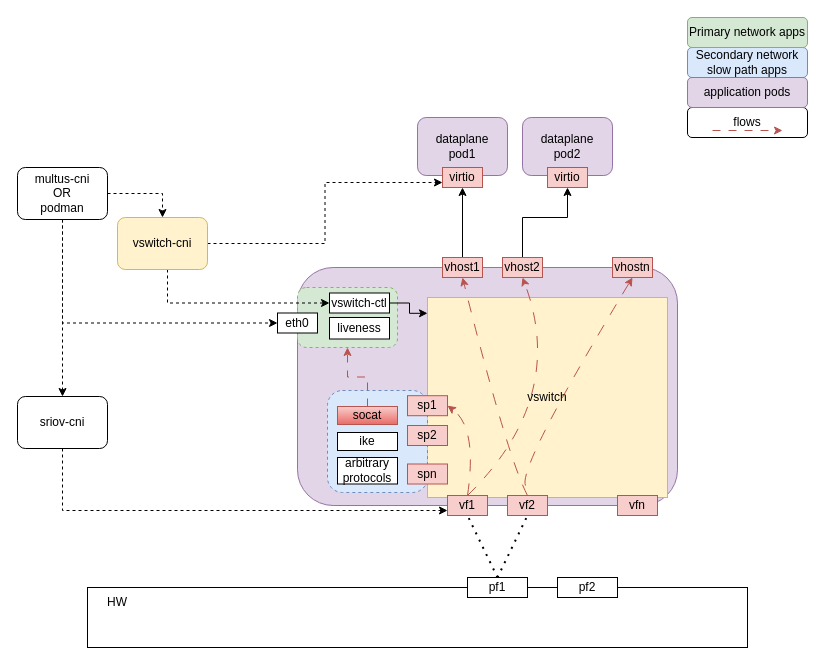
The draw.io diagram vswitch.drawio in sriramy/drawio, before the edit. Source tidied: cells renumbered, new cells numbered last; positions are measured from the earlier drawing's top-left corner, leaving out a move shared by most shapes. Both pictures are drawn from the tidied source at 100%, with x=0, y=0 at pixel (17, 17).
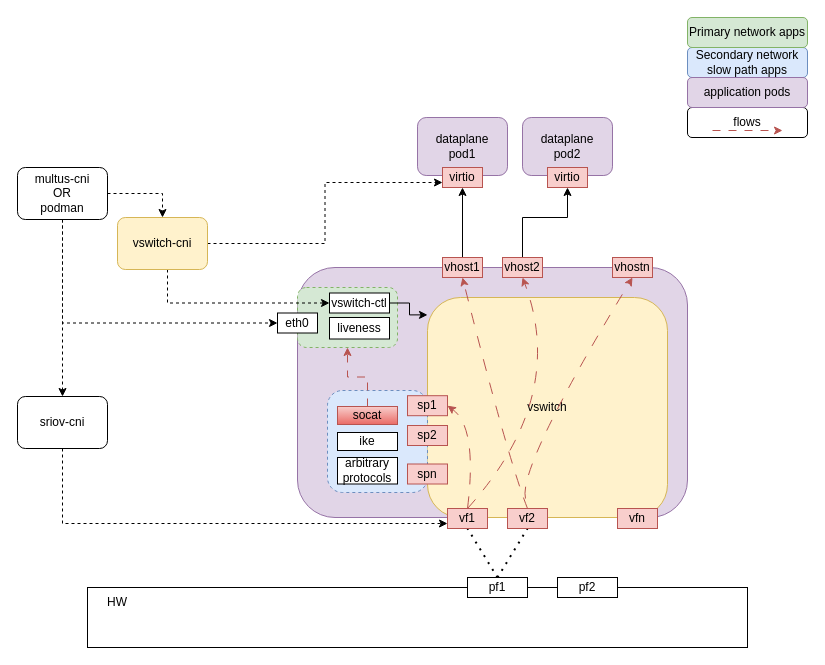
The same page after the edit.

Unchanged cells that the change refers to:
```xml
<mxCell id="48" value="sriov-cni" style="rounded=1;whiteSpace=wrap;html=1;" parent="1" vertex="1">
  <mxGeometry y="379" width="90" height="52" as="geometry" />
</mxCell>
```

Change to the diagram source:
```diff
@@
     <mxCell id="3" style="rounded=1;whiteSpace=wrap;html=1;fillColor=#e1d5e7;strokeColor=#9673a6;" parent="1" vertex="1">
-      <mxGeometry x="280" y="250" width="380" height="238" as="geometry" />
+      <mxGeometry x="280" y="250" width="390" height="250" as="geometry" />
     </mxCell>
@@
-    <mxCell id="16" value="vswitch" style="rounded=0;whiteSpace=wrap;html=1;fillColor=#fff2cc;strokeColor=#d6b656;" parent="1" vertex="1">
-      <mxGeometry x="410" y="280" width="240" height="200" as="geometry" />
+    <mxCell id="16" value="vswitch" style="rounded=1;whiteSpace=wrap;html=1;fillColor=#fff2cc;strokeColor=#d6b656;" parent="1" vertex="1">
+      <mxGeometry x="410" y="280" width="240" height="220" as="geometry" />
     </mxCell>
@@
     <mxCell id="28" value="vf1" style="rounded=0;whiteSpace=wrap;html=1;fillColor=#f8cecc;strokeColor=#b85450;" parent="1" vertex="1">
-      <mxGeometry x="430" y="478" width="40" height="20" as="geometry" />
+      <mxGeometry x="430" y="491" width="40" height="20" as="geometry" />
     </mxCell>
@@
     <mxCell id="47" style="edgeStyle=orthogonalEdgeStyle;rounded=0;jettySize=auto;html=1;entryX=0;entryY=0.75;entryDx=0;entryDy=0;dashed=1;exitX=0.5;exitY=1;exitDx=0;exitDy=0;" parent="1" edge="1" source="48" target="28">
       <mxGeometry relative="1" as="geometry">
         <Array as="points">
-          <mxPoint x="45" y="493" />
+          <mxPoint x="45" y="506" />
         </Array>
       </mxGeometry>
     </mxCell>
@@
     <mxCell id="49" value="vfn" style="rounded=0;whiteSpace=wrap;html=1;fillColor=#f8cecc;strokeColor=#b85450;" parent="1" vertex="1">
-      <mxGeometry x="600" y="478" width="40" height="20" as="geometry" />
+      <mxGeometry x="600" y="491" width="40" height="20" as="geometry" />
     </mxCell>
     <mxCell id="50" value="vf2" style="rounded=0;whiteSpace=wrap;html=1;fillColor=#f8cecc;strokeColor=#b85450;" parent="1" vertex="1">
-      <mxGeometry x="490" y="478" width="40" height="20" as="geometry" />
+      <mxGeometry x="490" y="491" width="40" height="20" as="geometry" />
     </mxCell>
```
